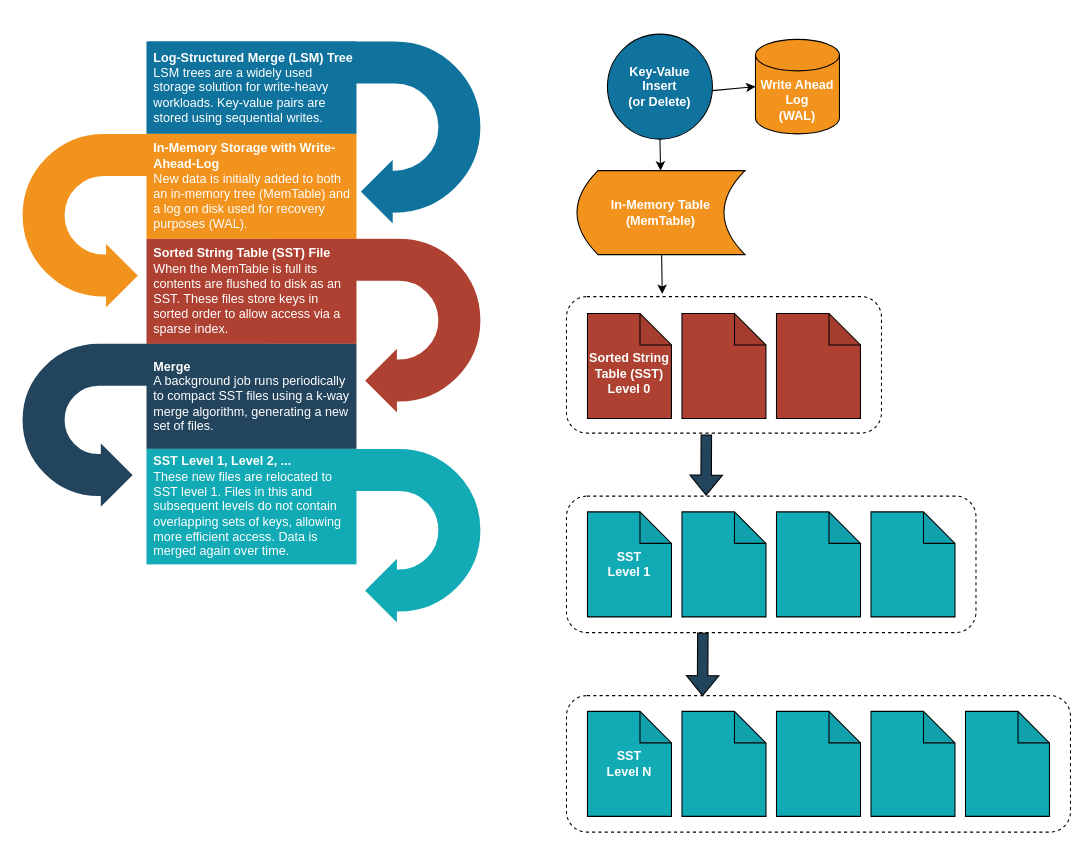
This is page "Data Structures" (1 of 4) of docs/lsm.drawio from justinethier/keyva, a draw.io file, before an edit. Source tidied: cells renumbered, new cells numbered last; positions are measured from the earlier drawing's top-left corner, leaving out a move shared by most shapes. Both pictures are drawn from the tidied source at 105%, with x=0, y=0 at pixel (20, 34).
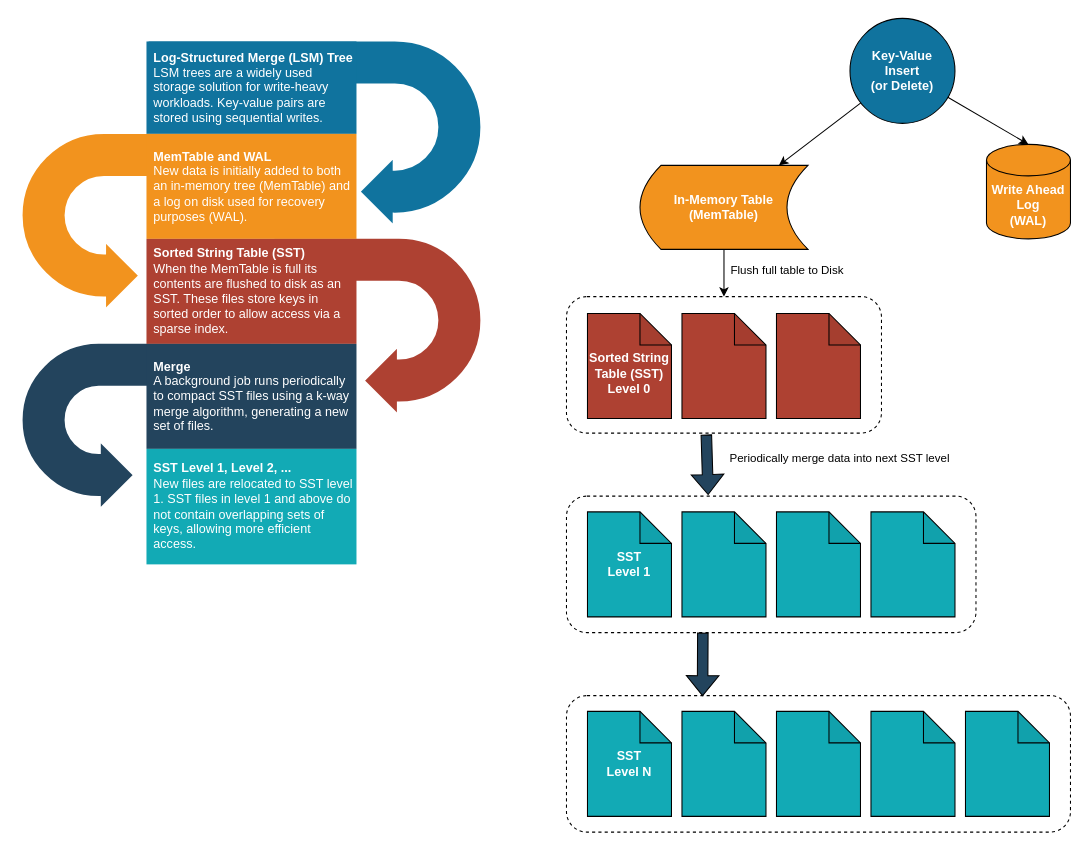
The same page after the edit.

The change refers to these unchanged cells:
```xml
<mxCell id="24" style="rounded=1;whiteSpace=wrap;html=1;fillColor=none;dashed=1;" parent="1" vertex="1">
  <mxGeometry x="520" y="250" width="300" height="130" as="geometry" />
</mxCell>
<mxCell id="28" style="rounded=1;whiteSpace=wrap;html=1;fillColor=none;dashed=1;" parent="1" vertex="1">
  <mxGeometry x="520" y="440" width="390" height="130" as="geometry" />
</mxCell>
```

Change to the diagram source:
```diff
@@
     <mxCell id="2" value="Write Ahead Log&lt;br style=&quot;font-size: 12px;&quot;&gt;(WAL)" style="shape=cylinder3;whiteSpace=wrap;html=1;boundedLbl=1;backgroundOutline=1;size=15;fillColor=#F2931E;fontColor=#FFFFFF;fontSize=12;fontStyle=1;" parent="1" vertex="1">
-      <mxGeometry x="700" y="5" width="80" height="90" as="geometry" />
+      <mxGeometry x="920" y="105" width="80" height="90" as="geometry" />
     </mxCell>
     <mxCell id="3" value="In-Memory Table&lt;br style=&quot;font-size: 12px&quot;&gt;(MemTable)" style="shape=dataStorage;whiteSpace=wrap;html=1;fixedSize=1;fillColor=#F2931E;fontColor=#FFFFFF;fontSize=12;fontStyle=1;" parent="1" vertex="1">
-      <mxGeometry x="530" y="130" width="160" height="80" as="geometry" />
+      <mxGeometry x="590" y="125" width="160" height="80" as="geometry" />
     </mxCell>
     <mxCell id="4" value="&lt;div&gt;Key-Value&lt;/div&gt;&lt;div&gt;Insert&lt;/div&gt;&lt;div&gt;(or Delete)&lt;br&gt;&lt;/div&gt;" style="ellipse;whiteSpace=wrap;html=1;fillColor=#10739E;fontColor=#FFFFFF;fontSize=12;fontStyle=1;" parent="1" vertex="1">
-      <mxGeometry x="559" width="100" height="100" as="geometry" />
+      <mxGeometry x="790" y="-15" width="100" height="100" as="geometry" />
     </mxCell>
@@
-    <mxCell id="7" style="shape=flexArrow;endArrow=classic;html=1;rounded=0;fillColor=#23445D;exitX=0.444;exitY=1.01;exitDx=0;exitDy=0;exitPerimeter=0;entryX=0.341;entryY=-0.004;entryDx=0;entryDy=0;entryPerimeter=0;" parent="1" edge="1" source="24" target="28">
-      <mxGeometry relative="1" as="geometry" />
+    <mxCell id="7" value="Periodically merge data into next SST level" style="shape=flexArrow;endArrow=classic;html=1;rounded=0;fillColor=#23445D;exitX=0.444;exitY=1.01;exitDx=0;exitDy=0;exitPerimeter=0;entryX=0.346;entryY=-0.008;entryDx=0;entryDy=0;entryPerimeter=0;" parent="1" edge="1" source="24" target="28">
+      <mxGeometry x="-0.05" y="126" relative="1" as="geometry" />
     </mxCell>
@@
-    <mxCell id="14" style="html=1;shadow=0;dashed=0;align=center;verticalAlign=middle;shape=mxgraph.arrows2.uTurnArrow;dy=22;arrowHead=70;dx2=35;strokeColor=#ffffff;fillColor=#12AAB5;fontSize=12;fontColor=#3333FF;flipH=1;flipV=1;strokeWidth=4;" parent="1" vertex="1">
-      <mxGeometry x="240" y="393" width="200" height="172" as="geometry" />
-    </mxCell>
@@
-    <mxCell id="20" value="&lt;b style=&quot;font-size: 12px;&quot;&gt;In-Memory Storage with Write-Ahead-Log&lt;/b&gt;&lt;br style=&quot;font-size: 12px;&quot;&gt;New data is initially added to both an in-memory tree (MemTable) and a log on disk used for recovery purposes (WAL)." style="rounded=0;whiteSpace=wrap;shadow=0;strokeColor=none;strokeWidth=6;fillColor=#F2931E;fontSize=12;fontColor=#FFFFFF;align=left;html=1;spacingLeft=5;" parent="1" vertex="1">
+    <mxCell id="20" value="&lt;b&gt;MemTable and WAL&lt;/b&gt;&lt;br style=&quot;font-size: 12px&quot;&gt;New data is initially added to both an in-memory tree (MemTable) and a log on disk used for recovery purposes (WAL)." style="rounded=0;whiteSpace=wrap;shadow=0;strokeColor=none;strokeWidth=6;fillColor=#F2931E;fontSize=12;fontColor=#FFFFFF;align=left;html=1;spacingLeft=5;" parent="1" vertex="1">
       <mxGeometry x="120" y="95" width="200" height="100" as="geometry" />
     </mxCell>
-    <mxCell id="21" value="&lt;b style=&quot;font-size: 12px&quot;&gt;Sorted String Table (SST) File&lt;/b&gt;&lt;br style=&quot;font-size: 12px&quot;&gt;When the MemTable is full its contents are flushed to disk as an SST. These files store keys in sorted order to allow access via a sparse index." style="rounded=0;whiteSpace=wrap;shadow=0;strokeColor=none;strokeWidth=6;fillColor=#AE4132;fontSize=12;fontColor=#FFFFFF;align=left;html=1;spacingLeft=5;" parent="1" vertex="1">
+    <mxCell id="21" value="&lt;b style=&quot;font-size: 12px&quot;&gt;Sorted String Table (SST)&lt;/b&gt;&lt;br style=&quot;font-size: 12px&quot;&gt;When the MemTable is full its contents are flushed to disk as an SST. These files store keys in sorted order to allow access via a sparse index." style="rounded=0;whiteSpace=wrap;shadow=0;strokeColor=none;strokeWidth=6;fillColor=#AE4132;fontSize=12;fontColor=#FFFFFF;align=left;html=1;spacingLeft=5;" parent="1" vertex="1">
       <mxGeometry x="120" y="195" width="200" height="100" as="geometry" />
     </mxCell>
@@
-    <mxCell id="23" value="&lt;b style=&quot;font-size: 12px&quot;&gt;SST Level 1, Level 2, ...&lt;/b&gt;&lt;br style=&quot;font-size: 12px&quot;&gt;These new files are relocated to SST level 1. Files in this and subsequent levels do not contain overlapping sets of keys, allowing more efficient access. Data is merged again over time." style="rounded=0;whiteSpace=wrap;shadow=0;strokeColor=none;strokeWidth=6;fillColor=#12AAB5;fontSize=12;fontColor=#FFFFFF;align=left;html=1;spacingLeft=5;" parent="1" vertex="1">
+    <mxCell id="23" value="&lt;b style=&quot;font-size: 12px&quot;&gt;SST Level 1, Level 2, ...&lt;/b&gt;&lt;br style=&quot;font-size: 12px&quot;&gt;New files are relocated to SST level 1. SST files in level 1 and above do not contain overlapping sets of keys, allowing more efficient access. " style="rounded=0;whiteSpace=wrap;shadow=0;strokeColor=none;strokeWidth=6;fillColor=#12AAB5;fontSize=12;fontColor=#FFFFFF;align=left;html=1;spacingLeft=5;" parent="1" vertex="1">
       <mxGeometry x="120" y="395" width="200" height="110" as="geometry" />
     </mxCell>
@@
-    <mxCell id="25" style="endArrow=classic;html=1;rounded=0;" parent="1" edge="1" source="4" target="2">
+    <mxCell id="25" style="endArrow=classic;html=1;rounded=0;entryX=0.5;entryY=0;entryDx=0;entryDy=0;entryPerimeter=0;" parent="1" edge="1" source="4" target="2">
       <mxGeometry relative="1" as="geometry" />
     </mxCell>
@@
-    <mxCell id="27" style="endArrow=classic;html=1;rounded=0;entryX=0.304;entryY=-0.02;entryDx=0;entryDy=0;entryPerimeter=0;" parent="1" edge="1" source="3" target="24">
-      <mxGeometry relative="1" as="geometry" />
+    <mxCell id="27" value="Flush full table to Disk" style="endArrow=classic;html=1;rounded=0;" parent="1" edge="1" source="3" target="24">
+      <mxGeometry x="-0.11" y="60" relative="1" as="geometry" />
     </mxCell>
```
